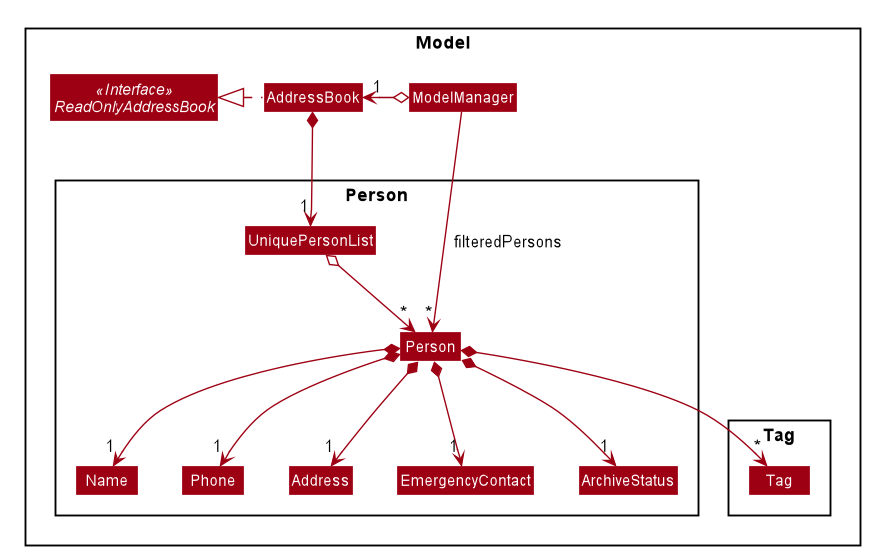
Earlier version of the PlantUML export docs/images/PersonModelClassDiagram.png (nus-cs2103-AY2021S1/tp). Its source is kept beside it as docs/diagrams/PersonModelClassDiagram.puml.
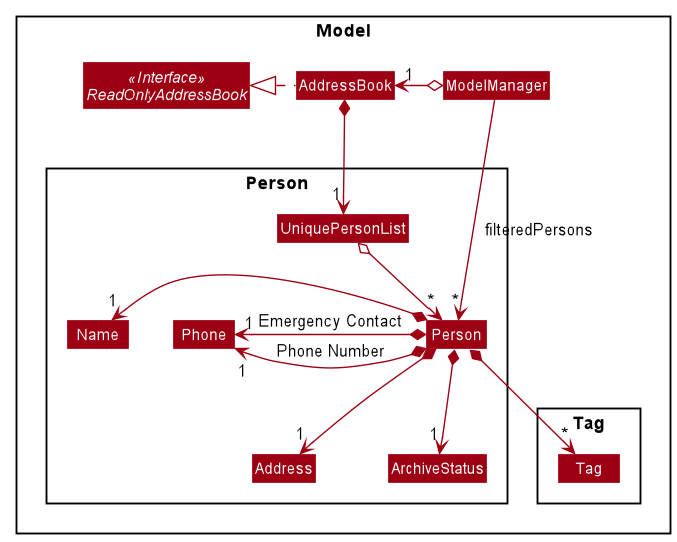
The same file after the commit.

What changed in the source:
```diff
@@ -13,7 +13,6 @@
 Class Person
 Class Name
 Class Phone
-Class EmergencyContact
 Class Address
 Class ArchiveStatus
 Class UniquePersonList
@@ -28,9 +27,9 @@
 AddressBook *--> "1" UniquePersonList
 UniquePersonList o--> "*" Person
 ModelManager o-left-> "1" AddressBook
-Person *--> "1" Name
-Person *--> "1" Phone
-Person *--> "1" EmergencyContact
+Person *-left-> "1" Name
+Person *-left-> "1" Phone : Phone Number
+Person *-left-> "1" Phone : Emergency Contact
 Person *--> "1" Address
 Person *--> "1" ArchiveStatus
 Person *--> "*" Tag
```
